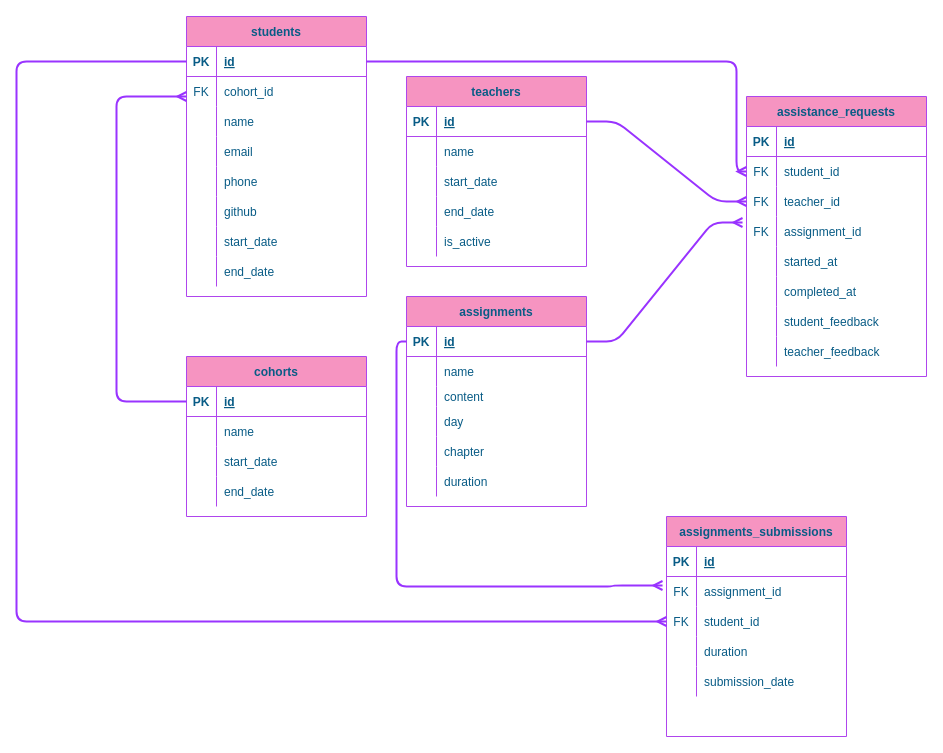
Above: migrations/Untitled Diagram.drawio in Teenaelza/BootcampX (draw.io), before the change. Source tidied: cells renumbered, new cells numbered last; positions are measured from the earlier drawing's top-left corner, leaving out a move shared by most shapes. Both pictures are drawn from the tidied source at 100%, with x=0, y=0 at pixel (16, 16).
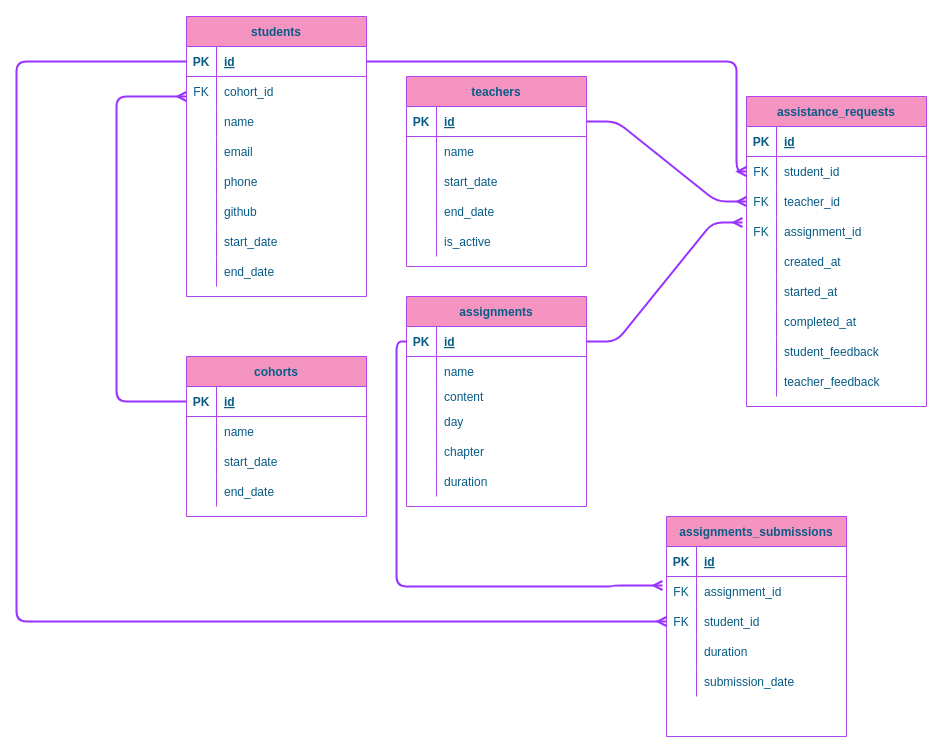
Above is the later version.

The change refers to these unchanged cells:
```xml
<mxCell id="44" style="shape=partialRectangle;fillColor=none;top=0;left=0;bottom=0;right=0;strokeColor=#AF45ED;fontColor=#095C86;" parent="31" vertex="1">
  <mxGeometry y="150" width="180" height="30" as="geometry" />
</mxCell>
```

The edit, as a diff of the source:
```diff
@@
     <mxCell id="31" value="assistance_requests" style="shape=table;startSize=30;childLayout=tableLayout;rowLines=0;fontStyle=1;align=center;fillColor=#F694C1;strokeColor=#AF45ED;fontColor=#095C86;" parent="1" vertex="1">
-      <mxGeometry x="730" y="80" width="180" height="280" as="geometry" />
+      <mxGeometry x="730" y="80" width="180" height="310" as="geometry" />
     </mxCell>
@@
-    <mxCell id="46" value="started_at" style="shape=partialRectangle;fillColor=none;top=0;left=0;bottom=0;right=0;align=left;spacingLeft=6;overflow=hidden;strokeColor=#AF45ED;fontColor=#095C86;" parent="44" vertex="1">
+    <mxCell id="46" value="created_at" style="shape=partialRectangle;fillColor=none;top=0;left=0;bottom=0;right=0;align=left;spacingLeft=6;overflow=hidden;strokeColor=#AF45ED;fontColor=#095C86;" parent="44" vertex="1">
       <mxGeometry x="30" width="150" height="30" as="geometry" />
     </mxCell>
+    <mxCell id="122" style="shape=partialRectangle;fillColor=none;top=0;left=0;bottom=0;right=0;strokeColor=#AF45ED;fontColor=#095C86;" parent="31" vertex="1">
+      <mxGeometry y="180" width="180" height="30" as="geometry" />
+    </mxCell>
+    <mxCell id="123" style="shape=partialRectangle;fillColor=none;top=0;left=0;bottom=0;right=0;overflow=hidden;strokeColor=#AF45ED;fontColor=#095C86;" parent="122" vertex="1">
+      <mxGeometry width="30" height="30" as="geometry" />
+    </mxCell>
+    <mxCell id="124" value="started_at" style="shape=partialRectangle;fillColor=none;top=0;left=0;bottom=0;right=0;align=left;spacingLeft=6;overflow=hidden;strokeColor=#AF45ED;fontColor=#095C86;" parent="122" vertex="1">
+      <mxGeometry x="30" width="150" height="30" as="geometry" />
+    </mxCell>
     <mxCell id="47" style="shape=partialRectangle;fillColor=none;top=0;left=0;bottom=0;right=0;strokeColor=#AF45ED;fontColor=#095C86;" parent="31" vertex="1">
-      <mxGeometry y="180" width="180" height="30" as="geometry" />
+      <mxGeometry y="210" width="180" height="30" as="geometry" />
     </mxCell>
@@
     <mxCell id="50" style="shape=partialRectangle;fillColor=none;top=0;left=0;bottom=0;right=0;strokeColor=#AF45ED;fontColor=#095C86;" parent="31" vertex="1">
-      <mxGeometry y="210" width="180" height="30" as="geometry" />
+      <mxGeometry y="240" width="180" height="30" as="geometry" />
     </mxCell>
@@
     <mxCell id="53" style="shape=partialRectangle;fillColor=none;top=0;left=0;bottom=0;right=0;strokeColor=#AF45ED;fontColor=#095C86;" parent="31" vertex="1">
-      <mxGeometry y="240" width="180" height="30" as="geometry" />
+      <mxGeometry y="270" width="180" height="30" as="geometry" />
     </mxCell>
```
